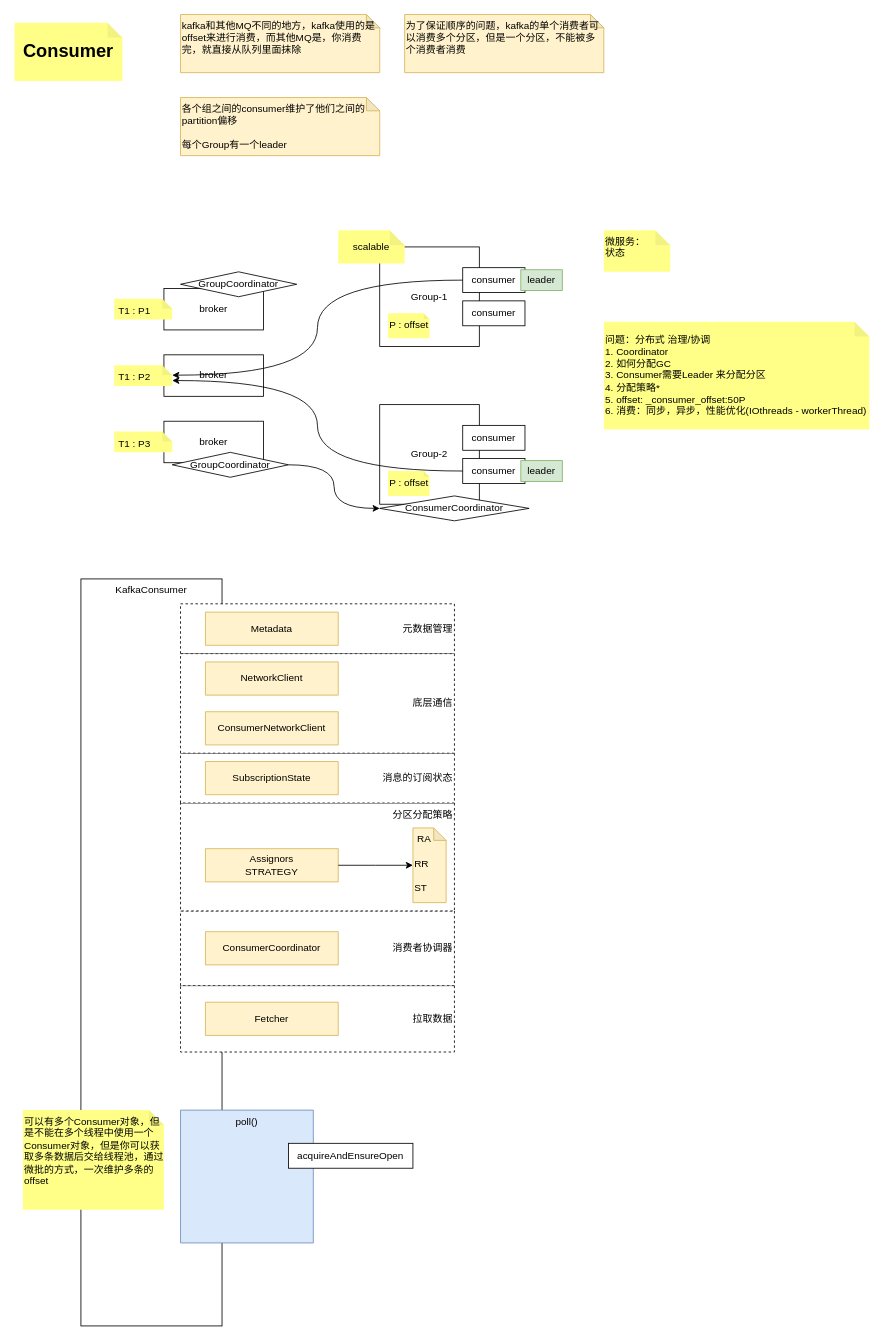
Earlier version of the draw.io diagram draw/kafka/kafka的consumer.drawio (BxcGit/draw). Source tidied: cells renumbered, new cells numbered last; positions are measured from the earlier drawing's top-left corner, leaving out a move shared by most shapes. Both pictures are drawn from the tidied source at 83%, with x=0, y=0 at pixel (14, 14).
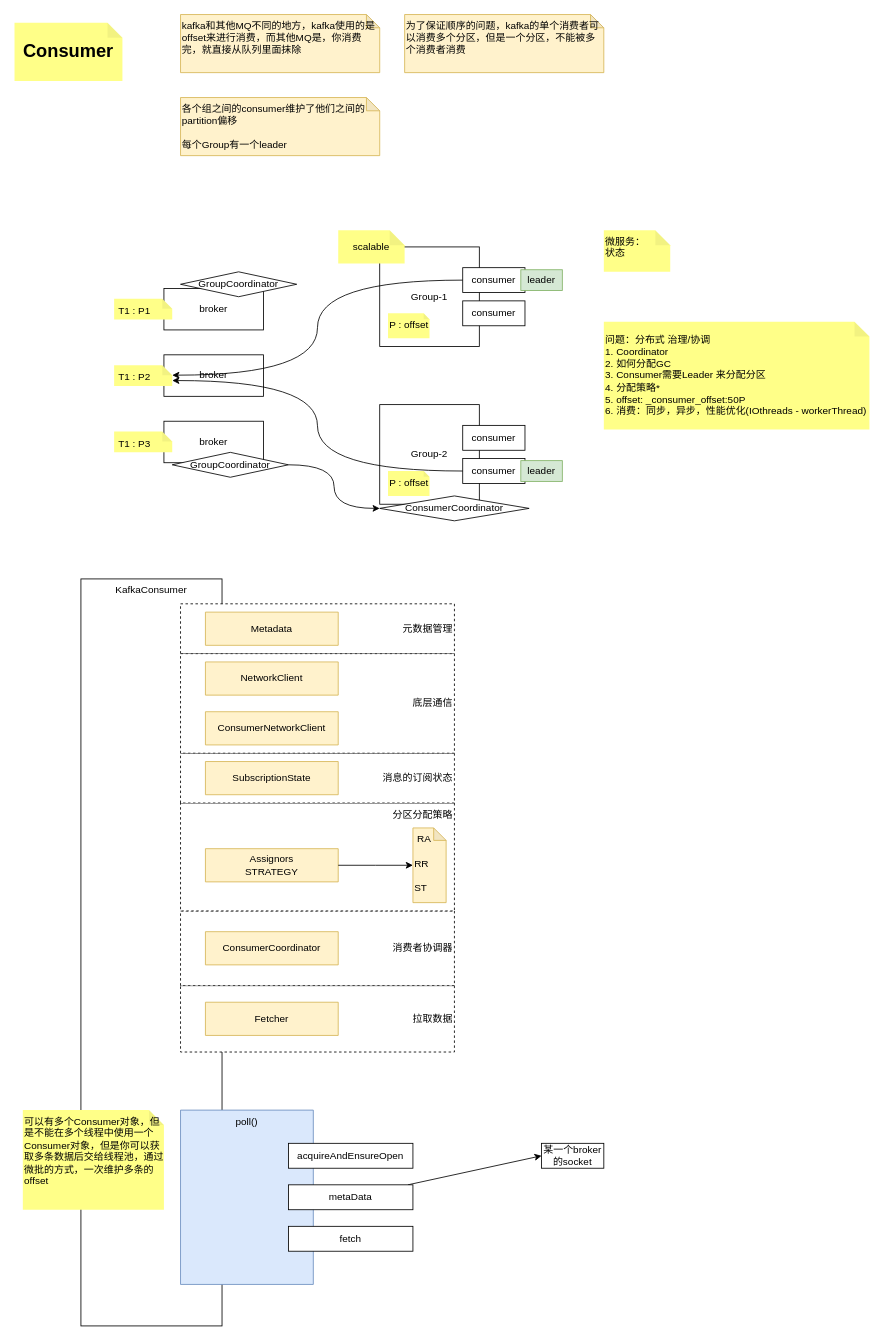
The same diagram, later.

Diff of the diagram source:
```diff
@@
     <mxCell id="48" value="poll()" style="shape=note;whiteSpace=wrap;html=1;backgroundOutline=1;darkOpacity=0.05;fillColor=#dae8fc;strokeColor=#6c8ebf;horizontal=1;align=center;verticalAlign=top;size=0;" parent="1" vertex="1">
-      <mxGeometry x="200" y="1320" width="160" height="160" as="geometry" />
+      <mxGeometry x="200" y="1320" width="160" height="210" as="geometry" />
     </mxCell>
@@
+    <mxCell id="51" style="rounded=0;jettySize=auto;html=1;entryX=0;entryY=0.5;entryDx=0;entryDy=0;" parent="1" edge="1" source="52" target="54">
+      <mxGeometry relative="1" as="geometry" />
+    </mxCell>
+    <mxCell id="52" value="metaData" style="rounded=0;whiteSpace=wrap;html=1;align=center;verticalAlign=middle;" parent="1" vertex="1">
+      <mxGeometry x="330" y="1410" width="150" height="30" as="geometry" />
+    </mxCell>
+    <mxCell id="53" value="fetch" style="rounded=0;whiteSpace=wrap;html=1;align=center;verticalAlign=middle;" parent="1" vertex="1">
+      <mxGeometry x="330" y="1460" width="150" height="30" as="geometry" />
+    </mxCell>
+    <mxCell id="54" value="某一个broker的socket" style="rounded=0;whiteSpace=wrap;html=1;align=center;verticalAlign=middle;" parent="1" vertex="1">
+      <mxGeometry x="635" y="1360" width="75" height="30" as="geometry" />
+    </mxCell>
```
